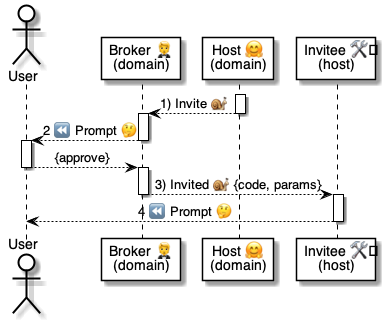
Earlier version of the PlantUML export 5 ⏩ Flows/50 🤗⏩ Hosts/.📎 Assets/⚙️ Invite.png (pollyweb-org/pollyweb-docs). Its source is kept beside it as 5 ⏩ Flows/50 🤗⏩ Hosts/.📎 Assets/⚙️ Invite.puml. The source it was exported from:
```plantuml
@startuml Wallet: Share Token


actor User as user
participant "Broker 🤵\n(domain)" as broker
participant "Host 🤗\n(domain)" as host
participant "Invitee 🛠️\n(host)" as invitee


activate host
    host --> broker: 1) Invite 🐌
deactivate host

activate broker
    broker --> user: 2 ⏪ Prompt 🤔
deactivate broker

activate user
    user --> broker: {approve}
deactivate user

activate broker
    broker --> invitee: 3) Invited 🐌 {code, params}
deactivate broker

activate invitee
invitee --> user : 4 ⏪ Prompt 🤔
deactivate invitee

@enduml
```
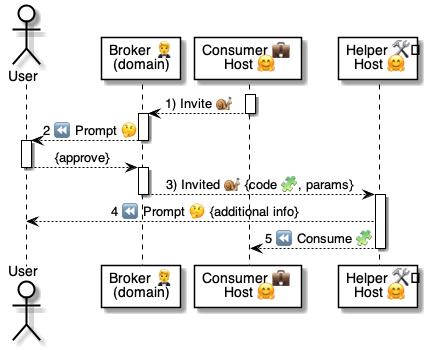
Later version of the same file.

Change to the diagram source:
```diff
@@ -3,8 +3,8 @@
 
 actor User as user
 participant "Broker 🤵\n(domain)" as broker
-participant "Host 🤗\n(domain)" as host
-participant "Invitee 🛠️\n(host)" as invitee
+participant "Consumer 💼 \n Host 🤗" as host
+participant "Helper 🛠️\n Host 🤗" as invitee
 
 
 activate host
@@ -20,11 +20,12 @@
 deactivate user
 
 activate broker
-    broker --> invitee: 3) Invited 🐌 {code, params}
+    broker --> invitee: 3) Invited 🐌 {code 🧩, params}
 deactivate broker
 
 activate invitee
-invitee --> user : 4 ⏪ Prompt 🤔
+invitee --> user : 4 ⏪ Prompt 🤔 {additional info}
+invitee --> host: 5 ⏪ Consume 🧩
 deactivate invitee
 
 @enduml
```
